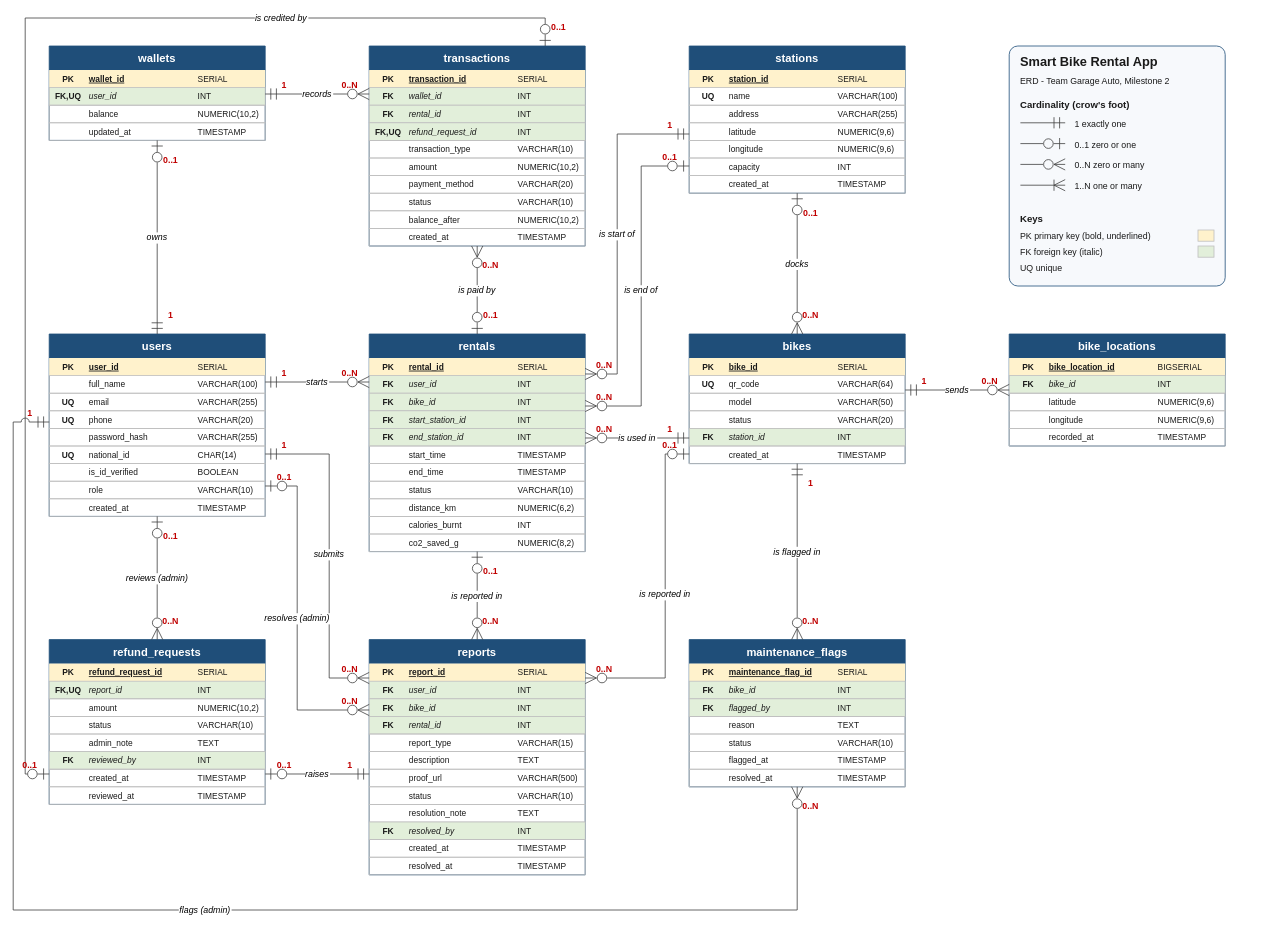
The draw.io diagram docs/erd.drawio in itsaymoun/smart-bike-rental-garage-auto, before the edit. Source tidied: cells renumbered, new cells numbered last; positions are measured from the earlier drawing's top-left corner, leaving out a move shared by most shapes. Both pictures are drawn from the tidied source at 80%, with x=0, y=0 at pixel (13, 18).
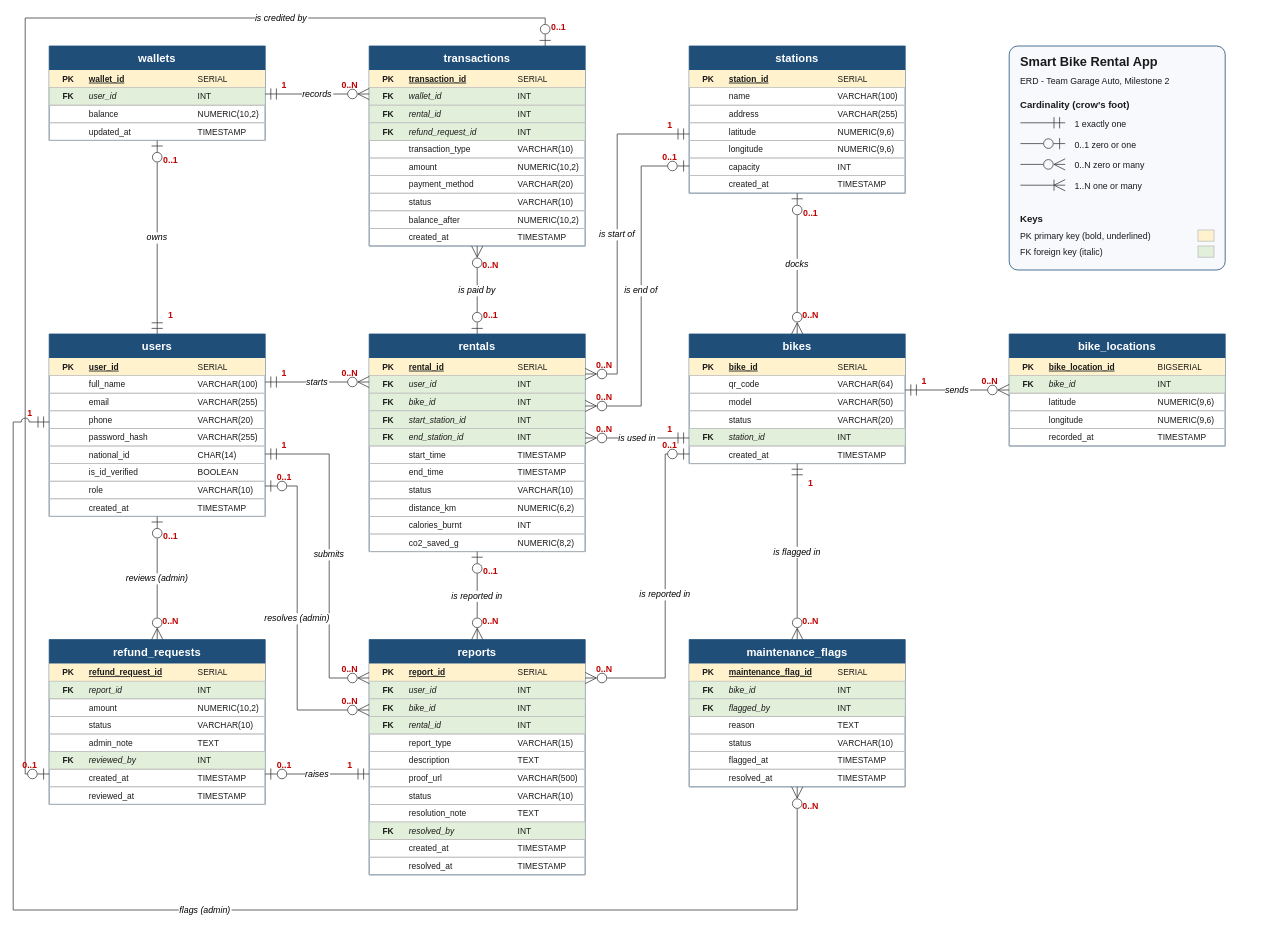
The same page after the edit.

Commit message (it also covers changes not shown here):
Remove UQ markers from the ERD

The change refers to these unchanged cells:
```xml
<mxCell id="2" value="wallets" style="swimlane;html=0;startSize=30;horizontal=1;fillColor=#1F4E79;fontColor=#FFFFFF;strokeColor=#1F4E79;fontStyle=1;fontSize=14;swimlaneFillColor=#FFFFFF;rounded=0;" parent="1" vertex="1">
  <mxGeometry x="45" y="35" width="270" height="118" as="geometry" />
</mxCell>
<mxCell id="19" value="transactions" style="swimlane;html=0;startSize=30;horizontal=1;fillColor=#1F4E79;fontColor=#FFFFFF;strokeColor=#1F4E79;fontStyle=1;fontSize=14;swimlaneFillColor=#FFFFFF;rounded=0;" parent="1" vertex="1">
  <mxGeometry x="445" y="35" width="270" height="250" as="geometry" />
</mxCell>
<mxCell id="60" value="stations" style="swimlane;html=0;startSize=30;horizontal=1;fillColor=#1F4E79;fontColor=#FFFFFF;strokeColor=#1F4E79;fontStyle=1;fontSize=14;swimlaneFillColor=#FFFFFF;rounded=0;" parent="1" vertex="1">
  <mxGeometry x="845" y="35" width="270" height="184" as="geometry" />
</mxCell>
<mxCell id="89" value="users" style="swimlane;html=0;startSize=30;horizontal=1;fillColor=#1F4E79;fontColor=#FFFFFF;strokeColor=#1F4E79;fontStyle=1;fontSize=14;swimlaneFillColor=#FFFFFF;rounded=0;" parent="1" vertex="1">
  <mxGeometry x="45" y="395" width="270" height="228" as="geometry" />
</mxCell>
<mxCell id="171" value="bikes" style="swimlane;html=0;startSize=30;horizontal=1;fillColor=#1F4E79;fontColor=#FFFFFF;strokeColor=#1F4E79;fontStyle=1;fontSize=14;swimlaneFillColor=#FFFFFF;rounded=0;" parent="1" vertex="1">
  <mxGeometry x="845" y="395" width="270" height="162" as="geometry" />
</mxCell>
<mxCell id="217" value="refund_requests" style="swimlane;html=0;startSize=30;horizontal=1;fillColor=#1F4E79;fontColor=#FFFFFF;strokeColor=#1F4E79;fontStyle=1;fontSize=14;swimlaneFillColor=#FFFFFF;rounded=0;" parent="1" vertex="1">
  <mxGeometry x="45" y="777" width="270" height="206" as="geometry" />
</mxCell>
```

The edit, as a diff of the source:
```diff
@@
-    <mxCell id="8" value="FK,UQ" style="text;html=0;strokeColor=none;fillColor=none;align=center;verticalAlign=middle;spacingLeft=4;fontSize=10.5;fontStyle=1;fontColor=#1A1A1A;" parent="2" vertex="1">
+    <mxCell id="8" value="FK" style="text;html=0;strokeColor=none;fillColor=none;align=center;verticalAlign=middle;spacingLeft=4;fontSize=10.5;fontStyle=1;fontColor=#1A1A1A;" parent="2" vertex="1">
       <mxGeometry y="52" width="44" height="22" as="geometry" />
     </mxCell>
@@
-    <mxCell id="33" value="FK,UQ" style="text;html=0;strokeColor=none;fillColor=none;align=center;verticalAlign=middle;spacingLeft=4;fontSize=10.5;fontStyle=1;fontColor=#1A1A1A;" parent="19" vertex="1">
+    <mxCell id="33" value="FK" style="text;html=0;strokeColor=none;fillColor=none;align=center;verticalAlign=middle;spacingLeft=4;fontSize=10.5;fontStyle=1;fontColor=#1A1A1A;" parent="19" vertex="1">
       <mxGeometry y="96" width="44" height="22" as="geometry" />
     </mxCell>
@@
-    <mxCell id="66" value="UQ" style="text;html=0;strokeColor=none;fillColor=none;align=center;verticalAlign=middle;spacingLeft=4;fontSize=10.5;fontStyle=1;fontColor=#1A1A1A;" parent="60" vertex="1">
+    <mxCell id="66" style="text;html=0;strokeColor=none;fillColor=none;align=center;verticalAlign=middle;spacingLeft=4;fontSize=10.5;fontStyle=1;fontColor=#1A1A1A;" parent="60" vertex="1">
       <mxGeometry y="52" width="44" height="22" as="geometry" />
     </mxCell>
@@
-    <mxCell id="99" value="UQ" style="text;html=0;strokeColor=none;fillColor=none;align=center;verticalAlign=middle;spacingLeft=4;fontSize=10.5;fontStyle=1;fontColor=#1A1A1A;" parent="89" vertex="1">
+    <mxCell id="99" style="text;html=0;strokeColor=none;fillColor=none;align=center;verticalAlign=middle;spacingLeft=4;fontSize=10.5;fontStyle=1;fontColor=#1A1A1A;" parent="89" vertex="1">
       <mxGeometry y="74" width="44" height="22" as="geometry" />
     </mxCell>
@@
-    <mxCell id="103" value="UQ" style="text;html=0;strokeColor=none;fillColor=none;align=center;verticalAlign=middle;spacingLeft=4;fontSize=10.5;fontStyle=1;fontColor=#1A1A1A;" parent="89" vertex="1">
+    <mxCell id="103" style="text;html=0;strokeColor=none;fillColor=none;align=center;verticalAlign=middle;spacingLeft=4;fontSize=10.5;fontStyle=1;fontColor=#1A1A1A;" parent="89" vertex="1">
       <mxGeometry y="96" width="44" height="22" as="geometry" />
     </mxCell>
@@
-    <mxCell id="111" value="UQ" style="text;html=0;strokeColor=none;fillColor=none;align=center;verticalAlign=middle;spacingLeft=4;fontSize=10.5;fontStyle=1;fontColor=#1A1A1A;" parent="89" vertex="1">
+    <mxCell id="111" style="text;html=0;strokeColor=none;fillColor=none;align=center;verticalAlign=middle;spacingLeft=4;fontSize=10.5;fontStyle=1;fontColor=#1A1A1A;" parent="89" vertex="1">
       <mxGeometry y="140" width="44" height="22" as="geometry" />
     </mxCell>
@@
-    <mxCell id="177" value="UQ" style="text;html=0;strokeColor=none;fillColor=none;align=center;verticalAlign=middle;spacingLeft=4;fontSize=10.5;fontStyle=1;fontColor=#1A1A1A;" parent="171" vertex="1">
+    <mxCell id="177" style="text;html=0;strokeColor=none;fillColor=none;align=center;verticalAlign=middle;spacingLeft=4;fontSize=10.5;fontStyle=1;fontColor=#1A1A1A;" parent="171" vertex="1">
       <mxGeometry y="52" width="44" height="22" as="geometry" />
     </mxCell>
@@
-    <mxCell id="223" value="FK,UQ" style="text;html=0;strokeColor=none;fillColor=none;align=center;verticalAlign=middle;spacingLeft=4;fontSize=10.5;fontStyle=1;fontColor=#1A1A1A;" parent="217" vertex="1">
+    <mxCell id="223" value="FK" style="text;html=0;strokeColor=none;fillColor=none;align=center;verticalAlign=middle;spacingLeft=4;fontSize=10.5;fontStyle=1;fontColor=#1A1A1A;" parent="217" vertex="1">
       <mxGeometry y="52" width="44" height="22" as="geometry" />
     </mxCell>
@@
     <mxCell id="382" style="rounded=1;arcSize=4;html=0;fillColor=#F7F9FC;strokeColor=#1F4E79;" parent="1" vertex="1">
-      <mxGeometry x="1245" y="35" width="270" height="300" as="geometry" />
+      <mxGeometry x="1245" y="35" width="270" height="280" as="geometry" />
     </mxCell>
@@
-    <mxCell id="397" value="UQ  unique" style="text;html=0;align=left;verticalAlign=middle;fontSize=11;fontStyle=0;strokeColor=none;fillColor=none;fontColor=#1A1A1A;" parent="1" vertex="1">
-      <mxGeometry x="1257" y="303" width="250" height="18" as="geometry" />
-    </mxCell>
```
